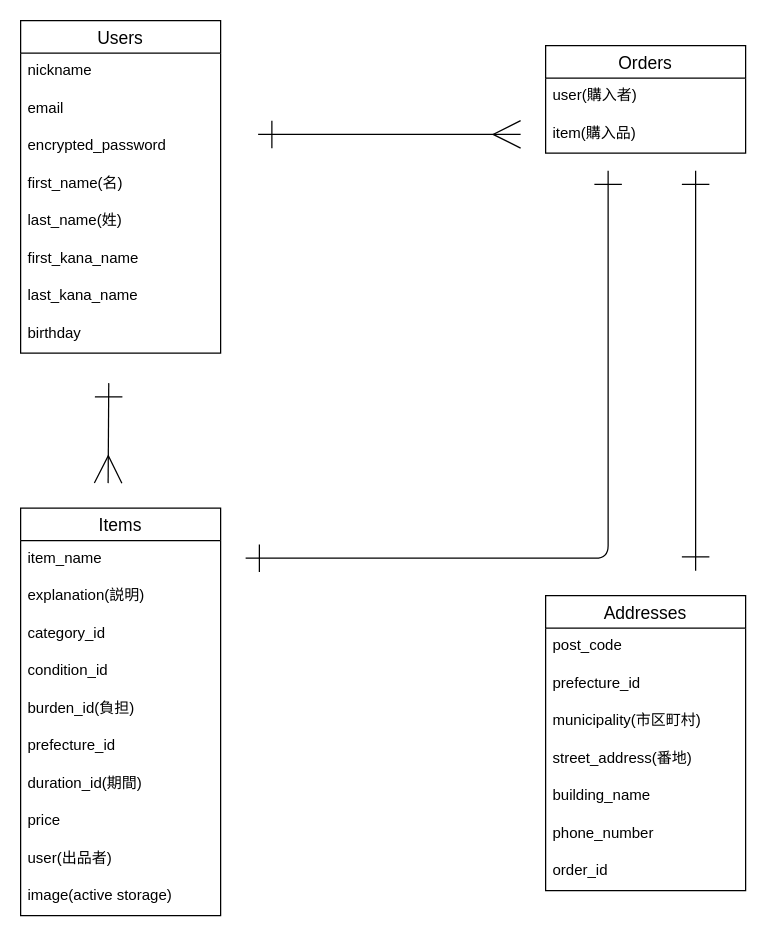
Before: database_blueprint.dio in fukumochi-0110/furima-39163, a draw.io diagram. Source tidied: cells renumbered, new cells numbered last; positions are measured from the earlier drawing's top-left corner, leaving out a move shared by most shapes. Both pictures are drawn from the tidied source at 125%, with x=0, y=0 at pixel (20, 20).
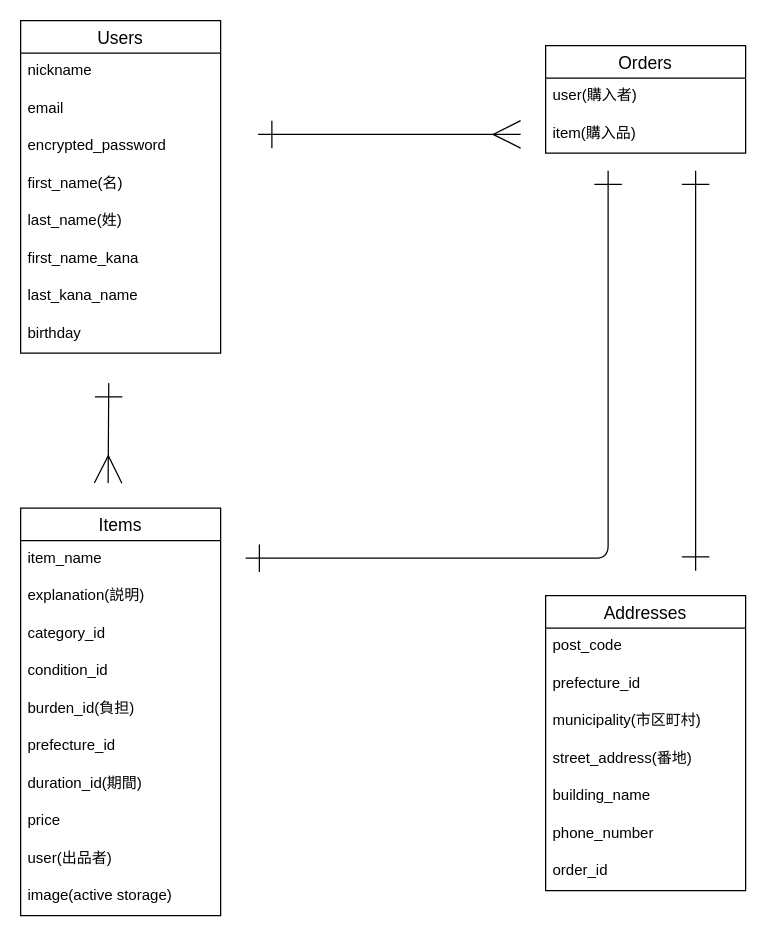
Above is the later version.

The change refers to these unchanged cells:
```xml
<mxCell id="2" value="Users" style="swimlane;fontStyle=0;horizontal=1;startSize=26;align=center;fontSize=14;" parent="1" vertex="1">
  <mxGeometry width="160" height="266" as="geometry" />
</mxCell>
```

Diff of the diagram source:
```diff
@@
-    <mxCell id="8" value="first_kana_name" style="text;strokeColor=none;fillColor=none;spacingLeft=4;spacingRight=4;overflow=hidden;fontSize=12;" parent="2" vertex="1">
+    <mxCell id="8" value="first_name_kana" style="text;strokeColor=none;fillColor=none;spacingLeft=4;spacingRight=4;overflow=hidden;fontSize=12;" parent="2" vertex="1">
       <mxGeometry y="176" width="160" height="30" as="geometry" />
     </mxCell>
```
